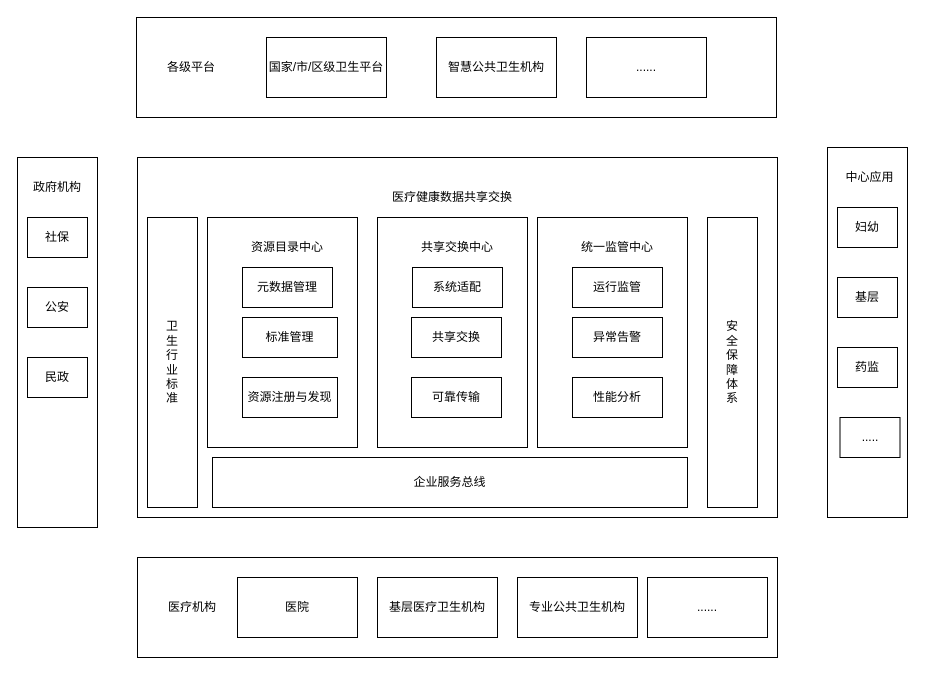
The draw.io diagram source/数据中心数据流向.drawio in SmileCJX/processon, before the edit. Source tidied: cells renumbered, new cells numbered last; positions are measured from the earlier drawing's top-left corner, leaving out a move shared by most shapes. Both pictures are drawn from the tidied source at 100%, with x=0, y=0 at pixel (17, 17).
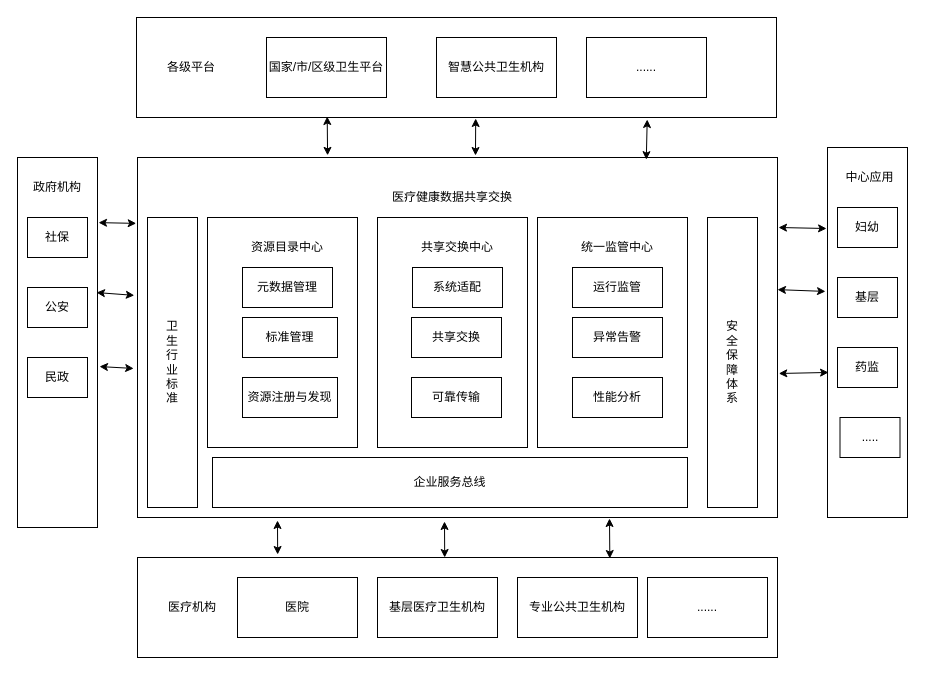
Above is the later version.

Commit message (it also covers changes not shown here):
更新数据中心数据流向.drawio

The change refers to these unchanged cells:
```xml
<mxCell id="2" style="rounded=0;whiteSpace=wrap;html=1;" parent="1" vertex="1">
  <mxGeometry x="120" y="140" width="640" height="360" as="geometry" />
</mxCell>
<mxCell id="21" style="rounded=0;whiteSpace=wrap;html=1;" parent="1" vertex="1">
  <mxGeometry x="119" width="640" height="100" as="geometry" />
</mxCell>
<mxCell id="26" style="rounded=0;whiteSpace=wrap;html=1;" parent="1" vertex="1">
  <mxGeometry x="120" y="540" width="640" height="100" as="geometry" />
</mxCell>
<mxCell id="32" style="rounded=0;whiteSpace=wrap;html=1;" parent="1" vertex="1">
  <mxGeometry y="140" width="80" height="370" as="geometry" />
</mxCell>
<mxCell id="37" style="rounded=0;whiteSpace=wrap;html=1;" parent="1" vertex="1">
  <mxGeometry x="810" y="130" width="80" height="370" as="geometry" />
</mxCell>
```

Change to the diagram source:
```diff
@@
+    <mxCell id="44" style="endArrow=classic;startArrow=classic;html=1;entryX=0.298;entryY=0.99;entryDx=0;entryDy=0;entryPerimeter=0;exitX=0.297;exitY=-0.006;exitDx=0;exitDy=0;exitPerimeter=0;" parent="1" edge="1" source="2" target="21">
+      <mxGeometry relative="1" as="geometry" />
+    </mxCell>
+    <mxCell id="45" style="endArrow=classic;startArrow=classic;html=1;entryX=0.53;entryY=1.01;entryDx=0;entryDy=0;entryPerimeter=0;" parent="1" edge="1" target="21">
+      <mxGeometry relative="1" as="geometry">
+        <mxPoint x="458" y="138" as="sourcePoint" />
+      </mxGeometry>
+    </mxCell>
+    <mxCell id="46" style="endArrow=classic;startArrow=classic;html=1;entryX=0.798;entryY=1.02;entryDx=0;entryDy=0;entryPerimeter=0;exitX=0.795;exitY=0.006;exitDx=0;exitDy=0;exitPerimeter=0;" parent="1" edge="1" source="2" target="21">
+      <mxGeometry relative="1" as="geometry" />
+    </mxCell>
+    <mxCell id="47" style="endArrow=classic;startArrow=classic;html=1;entryX=1.013;entryY=0.176;entryDx=0;entryDy=0;entryPerimeter=0;exitX=-0.002;exitY=0.183;exitDx=0;exitDy=0;exitPerimeter=0;" parent="1" edge="1" source="2" target="32">
+      <mxGeometry relative="1" as="geometry" />
+    </mxCell>
+    <mxCell id="48" style="endArrow=classic;startArrow=classic;html=1;exitX=-0.005;exitY=0.383;exitDx=0;exitDy=0;exitPerimeter=0;entryX=0.988;entryY=0.365;entryDx=0;entryDy=0;entryPerimeter=0;" parent="1" edge="1" source="2" target="32">
+      <mxGeometry relative="1" as="geometry" />
+    </mxCell>
+    <mxCell id="49" style="endArrow=classic;startArrow=classic;html=1;exitX=-0.006;exitY=0.586;exitDx=0;exitDy=0;exitPerimeter=0;entryX=1.025;entryY=0.565;entryDx=0;entryDy=0;entryPerimeter=0;" parent="1" edge="1" source="2" target="32">
+      <mxGeometry relative="1" as="geometry" />
+    </mxCell>
+    <mxCell id="50" style="endArrow=classic;startArrow=classic;html=1;exitX=-0.012;exitY=0.219;exitDx=0;exitDy=0;exitPerimeter=0;" parent="1" edge="1" source="37">
+      <mxGeometry relative="1" as="geometry">
+        <mxPoint x="761" y="210" as="targetPoint" />
+      </mxGeometry>
+    </mxCell>
+    <mxCell id="51" style="endArrow=classic;startArrow=classic;html=1;exitX=-0.025;exitY=0.389;exitDx=0;exitDy=0;exitPerimeter=0;entryX=1;entryY=0.367;entryDx=0;entryDy=0;entryPerimeter=0;" parent="1" edge="1" source="37" target="2">
+      <mxGeometry relative="1" as="geometry" />
+    </mxCell>
+    <mxCell id="52" style="endArrow=classic;startArrow=classic;html=1;exitX=0.013;exitY=0.608;exitDx=0;exitDy=0;exitPerimeter=0;entryX=1.002;entryY=0.6;entryDx=0;entryDy=0;entryPerimeter=0;" parent="1" edge="1" source="37" target="2">
+      <mxGeometry relative="1" as="geometry" />
+    </mxCell>
+    <mxCell id="53" style="endArrow=classic;startArrow=classic;html=1;entryX=0.219;entryY=-0.03;entryDx=0;entryDy=0;entryPerimeter=0;" parent="1" edge="1" target="26">
+      <mxGeometry relative="1" as="geometry">
+        <mxPoint x="260" y="503" as="sourcePoint" />
+      </mxGeometry>
+    </mxCell>
+    <mxCell id="54" style="endArrow=classic;startArrow=classic;html=1;entryX=0.48;entryY=0;entryDx=0;entryDy=0;entryPerimeter=0;" parent="1" edge="1" target="26">
+      <mxGeometry relative="1" as="geometry">
+        <mxPoint x="427" y="504" as="sourcePoint" />
+      </mxGeometry>
+    </mxCell>
+    <mxCell id="55" style="endArrow=classic;startArrow=classic;html=1;entryX=0.738;entryY=0.01;entryDx=0;entryDy=0;entryPerimeter=0;" parent="1" edge="1" target="26">
+      <mxGeometry relative="1" as="geometry">
+        <mxPoint x="592" y="501" as="sourcePoint" />
+      </mxGeometry>
+    </mxCell>
```
